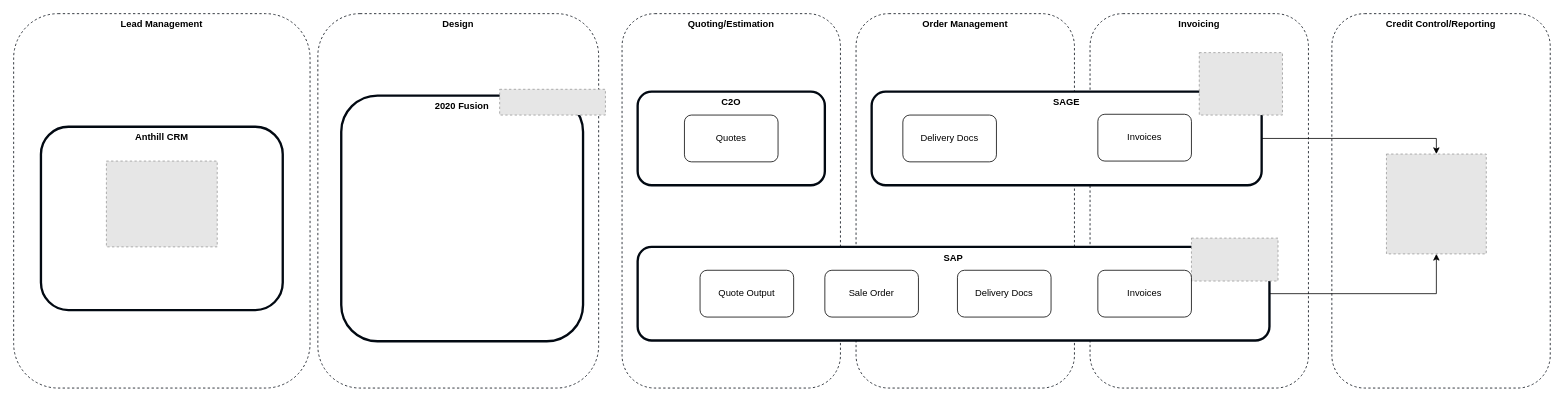
This is Mendel Finance Changes.drawio from mrf742002/Diagrams, a draw.io file, before an edit. Source tidied: cells renumbered, new cells numbered last; positions are measured from the earlier drawing's top-left corner, leaving out a move shared by most shapes. Both pictures are drawn from the tidied source at 78%, with x=0, y=0 at pixel (13, 13). Pictures stored in the file or linked from it are replaced by grey dashed boxes.
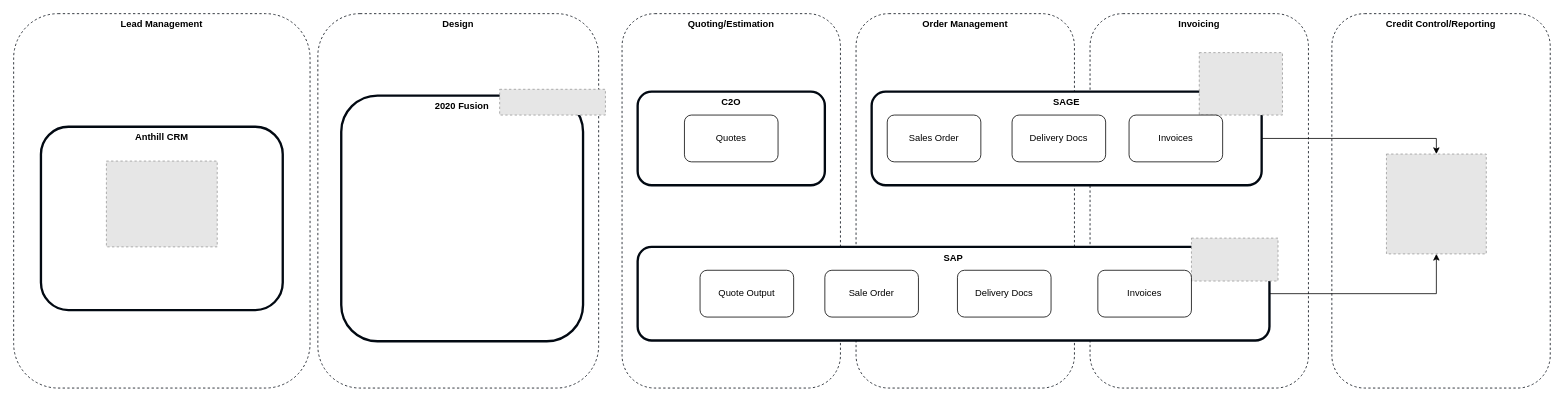
The same page after the edit.

Diff of the diagram source:
```diff
@@
     <mxCell id="23" value="Invoices" style="rounded=1;whiteSpace=wrap;html=1;" parent="1" vertex="1">
-      <mxGeometry x="1390" y="129" width="120" height="60" as="geometry" />
+      <mxGeometry x="1430" y="130" width="120" height="60" as="geometry" />
     </mxCell>
     <mxCell id="24" value="Delivery Docs" style="rounded=1;whiteSpace=wrap;html=1;" parent="1" vertex="1">
-      <mxGeometry x="1140" y="130" width="120" height="60" as="geometry" />
+      <mxGeometry x="1280" y="130" width="120" height="60" as="geometry" />
     </mxCell>
@@
+    <mxCell id="27" value="Sales Order" style="rounded=1;whiteSpace=wrap;html=1;" parent="1" vertex="1">
+      <mxGeometry x="1120" y="130" width="120" height="60" as="geometry" />
+    </mxCell>
```
